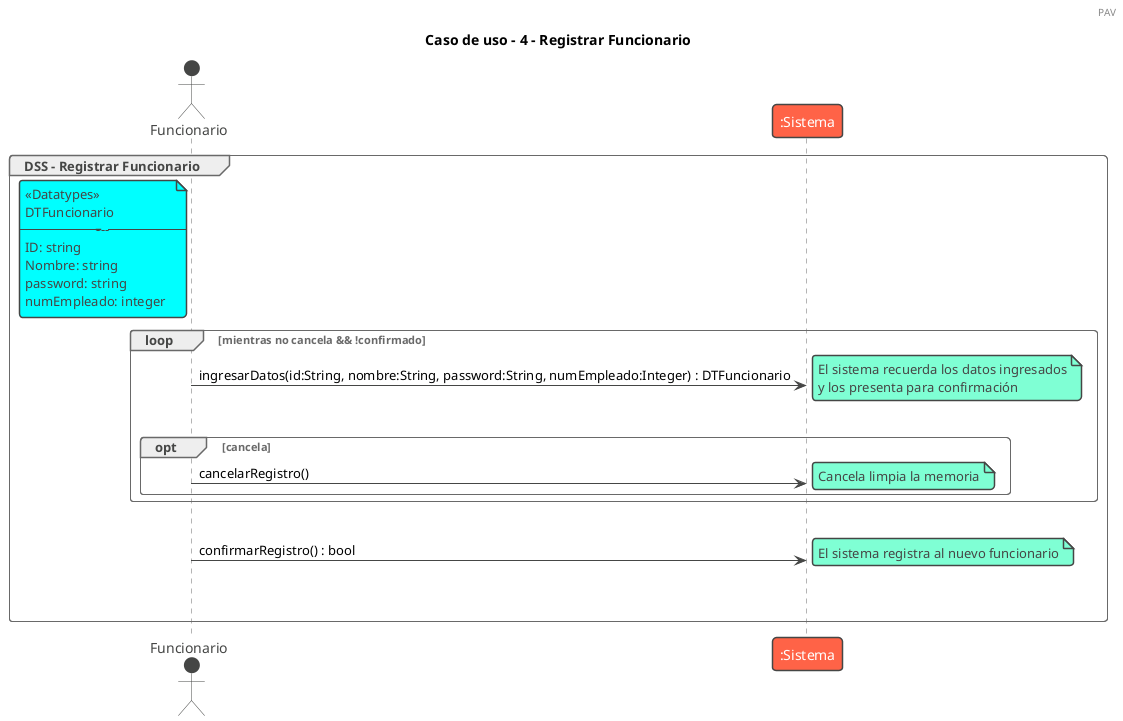
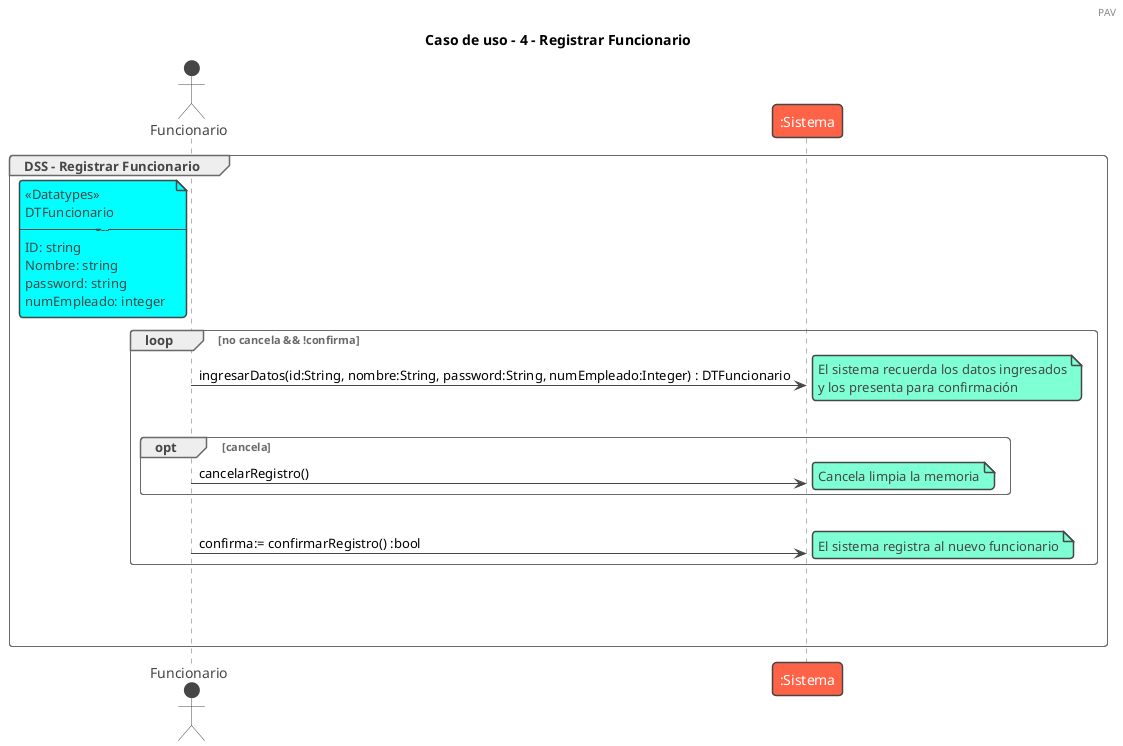
@startuml registrarFuncionario

/' El caso de uso comienza cuando un funcionario, que previamente ha iniciado
sesión, desea registrar un nuevo funcionario. El sistema solicita el identificador, el
nombre, la contraseña y el número de empleado del nuevo funcionario. Luego de
ingresar esta información, el sistema la presenta para confirmación. Si el
funcionario confirma, el sistema registra al nuevo funcionario '/


!theme vibrant
header PAV

title Caso de uso - 4 - Registrar Funcionario

group DSS - Registrar Funcionario
Actor Funcionario

note left of Funcionario #aqua
<<Datatypes>>
DTFuncionario
-----------
ID: string
Nombre: string
password: string
numEmpleado: integer
end note

- loop mientras no cancela && !confirmado
+ loop no cancela && !confirma

    Funcionario -> ":Sistema" : ingresarDatos(id:String, nombre:String, password:String, numEmpleado:Integer) : DTFuncionario
    note right: El sistema recuerda los datos ingresados\ny los presenta para confirmación

    |||

    opt cancela
        Funcionario -> ":Sistema" : cancelarRegistro()
        note right: Cancela limpia la memoria
    end
+     |||
+     Funcionario -> ":Sistema" : confirma:= confirmarRegistro() :bool
+ note right: El sistema registra al nuevo funcionario

end

|||

- Funcionario -> ":Sistema" : confirmarRegistro() : bool
- note right: El sistema registra al nuevo funcionario
+ 

|||
|||

end
@enduml